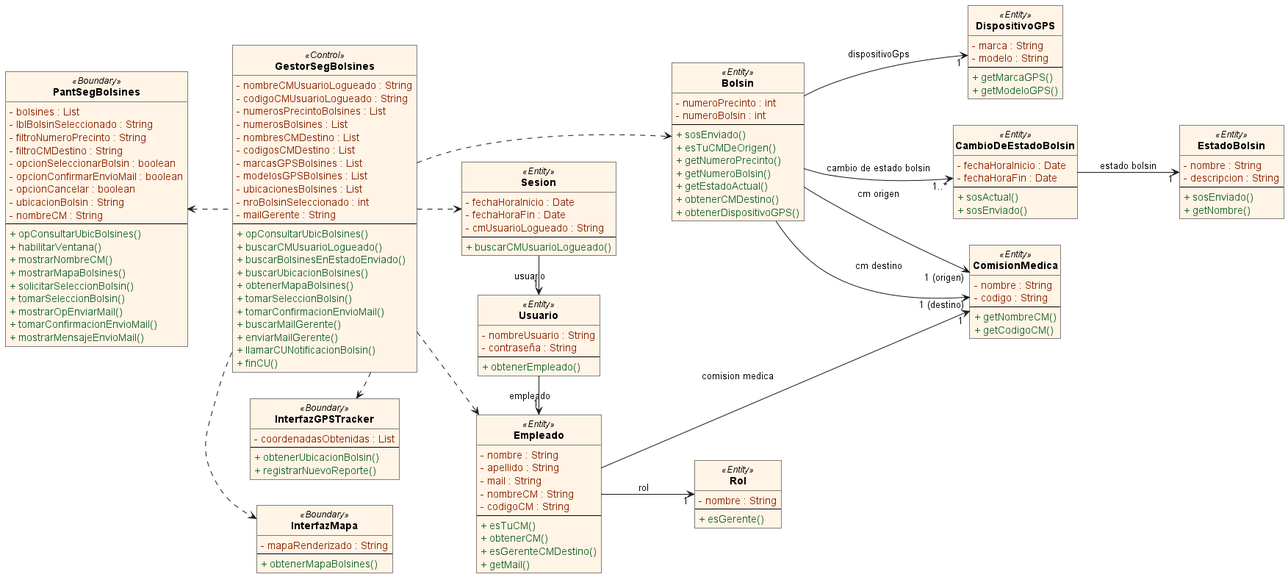
This is out/DiagramaDeClases/DiagramaClasesSoporte.png from FabrizioRava/PPAI-2026-Grupo1, a PlantUML export, as it was before one commit.
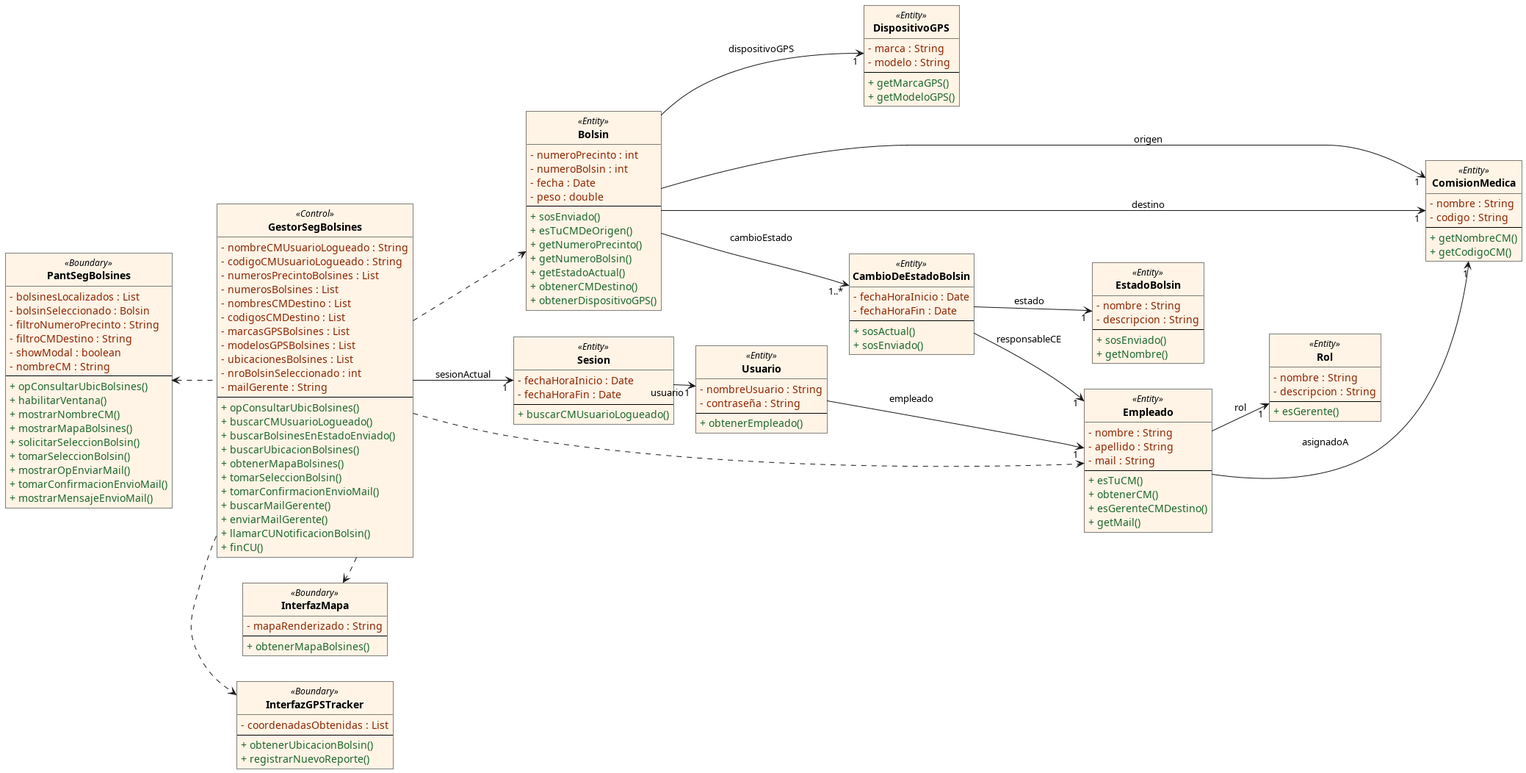
Above is the later version.

Change to the diagram source:
```diff
@@ -23,14 +23,11 @@
 hide circle
 
 class PantSegBolsines <<Boundary>> {
-  <font color="#8C2400">- bolsines : List</font>
-  <font color="#8C2400">- lblBolsinSeleccionado : String</font>
+  <font color="#8C2400">- bolsinesLocalizados : List</font>
+  <font color="#8C2400">- bolsinSeleccionado : Bolsin</font>
   <font color="#8C2400">- filtroNumeroPrecinto : String</font>
   <font color="#8C2400">- filtroCMDestino : String</font>
-  <font color="#8C2400">- opcionSeleccionarBolsin : boolean</font>
-  <font color="#8C2400">- opcionConfirmarEnvioMail : boolean</font>
-  <font color="#8C2400">- opcionCancelar : boolean</font>
-  <font color="#8C2400">- ubicacionBolsin : String</font>
+  <font color="#8C2400">- showModal : boolean</font>
   <font color="#8C2400">- nombreCM : String</font>
   --
   <font color="#1B6629">+ opConsultarUbicBolsines()</font>
@@ -94,7 +91,6 @@
 class Sesion <<Entity>> {
   <font color="#8C2400">- fechaHoraInicio : Date</font>
   <font color="#8C2400">- fechaHoraFin : Date</font>
-  <font color="#8C2400">- cmUsuarioLogueado : String</font>
   --
   <font color="#1B6629">+ buscarCMUsuarioLogueado()</font>
 }
@@ -110,8 +106,6 @@
   <font color="#8C2400">- nombre : String</font>
   <font color="#8C2400">- apellido : String</font>
   <font color="#8C2400">- mail : String</font>
-  <font color="#8C2400">- nombreCM : String</font>
-  <font color="#8C2400">- codigoCM : String</font>
   --
   <font color="#1B6629">+ esTuCM()</font>
   <font color="#1B6629">+ obtenerCM()</font>
@@ -121,6 +115,7 @@
 
 class Rol <<Entity>> {
   <font color="#8C2400">- nombre : String</font>
+  <font color="#8C2400">- descripcion : String</font>
   --
   <font color="#1B6629">+ esGerente()</font>
 }
@@ -136,6 +131,8 @@
 class Bolsin <<Entity>> {
   <font color="#8C2400">- numeroPrecinto : int</font>
   <font color="#8C2400">- numeroBolsin : int</font>
+  <font color="#8C2400">- fecha : Date</font>
+  <font color="#8C2400">- peso : double</font>
   --
   <font color="#1B6629">+ sosEnviado()</font>
   <font color="#1B6629">+ esTuCMDeOrigen()</font>
@@ -169,7 +166,7 @@
 GestorSegBolsines ..> InterfazGPSTracker
 GestorSegBolsines ..> InterfazMapa
 
-GestorSegBolsines ..> Sesion
+GestorSegBolsines --> "1" Sesion : sesionActual
 GestorSegBolsines ..> Empleado
 GestorSegBolsines ..> Bolsin
 
@@ -177,14 +174,15 @@
 Usuario -> "1" Empleado : empleado
 
 Empleado --> "1" Rol : rol
-Empleado ---> "1" ComisionMedica : comision medica
+Empleado ---> "1" ComisionMedica : asignadoA
 
-Bolsin --> "1 (origen)" ComisionMedica : cm origen
-Bolsin --> "1 (destino)" ComisionMedica : cm destino
-Bolsin --> "1" DispositivoGPS : dispositivoGps
+Bolsin --> "1" ComisionMedica : origen
+Bolsin --> "1" ComisionMedica : destino
+Bolsin --> "1" DispositivoGPS : dispositivoGPS
 
-Bolsin --> "1..*" CambioDeEstadoBolsin : cambio de estado bolsin
-CambioDeEstadoBolsin --> "1" EstadoBolsin : estado bolsin
+Bolsin --> "1..*" CambioDeEstadoBolsin : cambioEstado
+CambioDeEstadoBolsin --> "1" EstadoBolsin : estado
+CambioDeEstadoBolsin --> "1" Empleado : responsableCE
 
 
 DispositivoGPS -[hidden]up-> Bolsin
```
